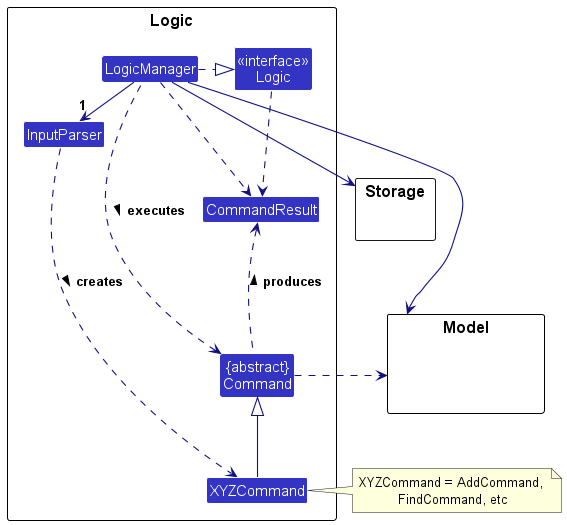
The PlantUML diagram docs/images/LogicClassDiagram.png in nus-cs2103-AY2324S1/tp, before a commit.
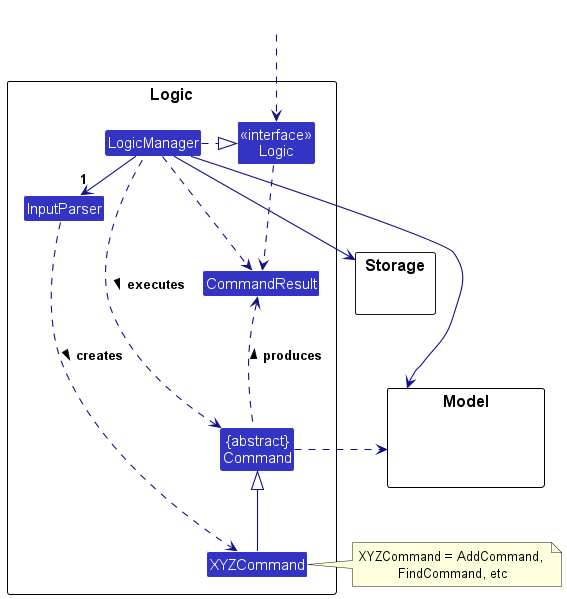
The same diagram one commit later.

Diff of the diagram source:
```diff
@@ -24,6 +24,7 @@
 }
 
 Class HiddenOutside #FFFFFF
+HiddenOutside ..> Logic
 
 LogicManager .right.|> Logic
 LogicManager -right->"1" InputParser
```
